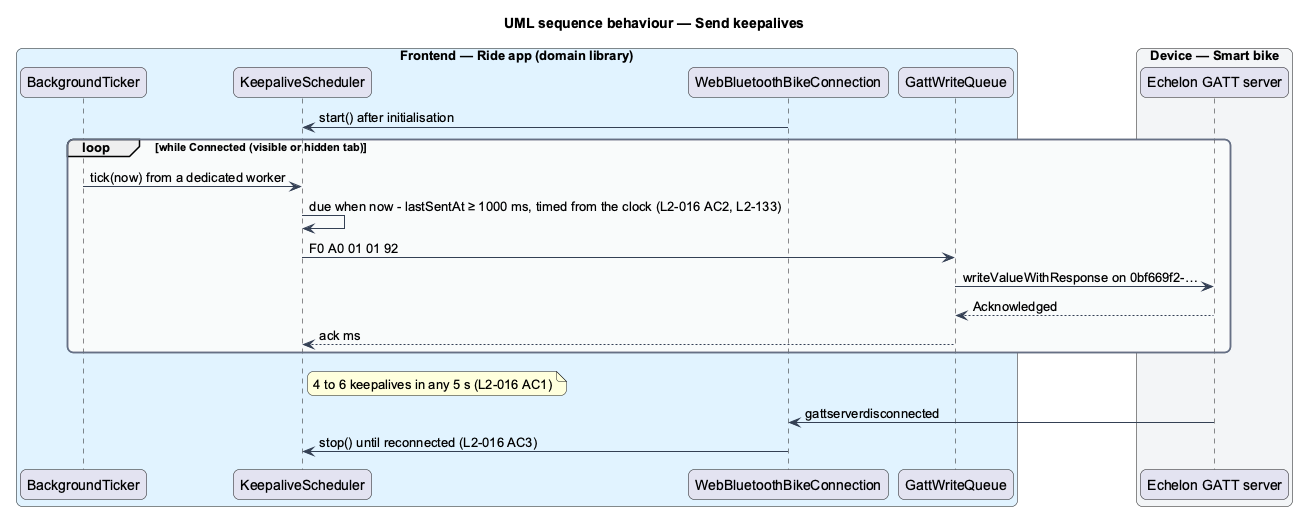
Before: docs/detailed-designs/bike/keep-the-bike-connected/diagrams/sequence-send-keepalives.png, a diagram exported from PlantUML (QuinntyneBrown/ride-one). The source it was exported from:
```plantuml
@startuml
title UML sequence behaviour — Send keepalives
skinparam backgroundColor #FFFFFF
skinparam shadowing false
skinparam roundcorner 12
skinparam defaultFontName Arial
skinparam ArrowColor #344054
skinparam rectangle {
  BorderColor #344054
  FontColor #101828
}
skinparam package {
  BorderColor #667085
  FontColor #101828
  BackgroundColor #F9FAFB
}
box "Frontend — Ride app (domain library)" #E0F2FE
  participant "BackgroundTicker" as ticker
  participant "KeepaliveScheduler" as keep
  participant "WebBluetoothBikeConnection" as conn
  participant "GattWriteQueue" as queue
end box
box "Device — Smart bike" #F2F4F7
  participant "Echelon GATT server" as bike
end box
conn -> keep : start() after initialisation
loop while Connected (visible or hidden tab)
  ticker -> keep : tick(now) from a dedicated worker
  keep -> keep : due when now - lastSentAt ≥ 1000 ms, timed from the clock (L2-016 AC2, L2-133)
  keep -> queue : F0 A0 01 01 92
  queue -> bike : writeValueWithResponse on 0bf669f2-…
  bike --> queue : Acknowledged
  queue --> keep : ack ms
end
note right of keep : 4 to 6 keepalives in any 5 s (L2-016 AC1)
bike -> conn : gattserverdisconnected
conn -> keep : stop() until reconnected (L2-016 AC3)
@enduml
```
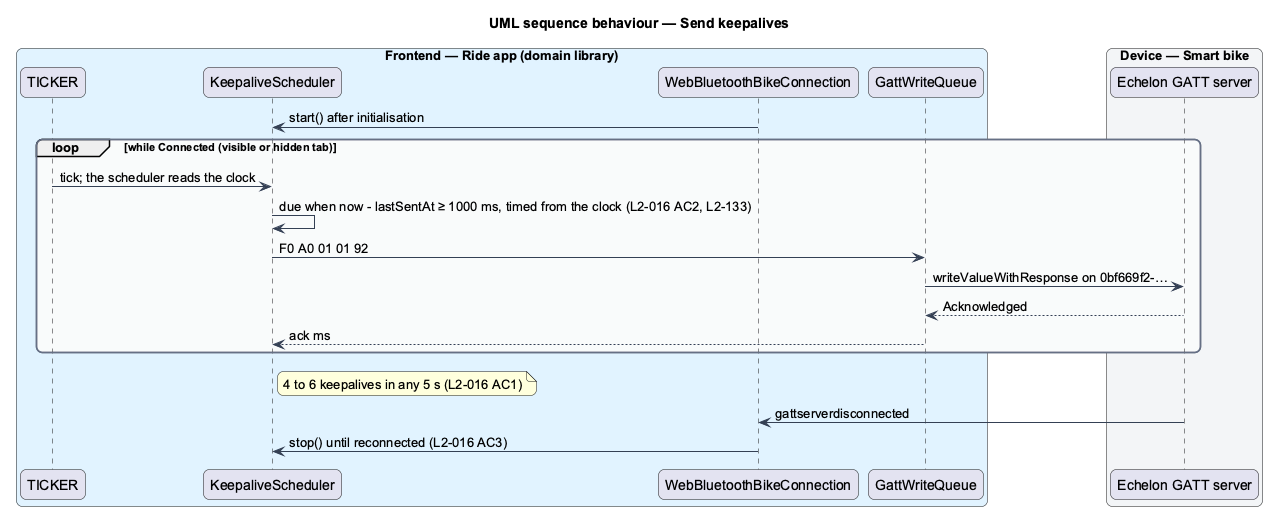
The same diagram one commit later.

Change to the diagram source:
```diff
@@ -15,7 +15,7 @@
   BackgroundColor #F9FAFB
 }
 box "Frontend — Ride app (domain library)" #E0F2FE
-  participant "BackgroundTicker" as ticker
+  participant "TICKER" as ticker
   participant "KeepaliveScheduler" as keep
   participant "WebBluetoothBikeConnection" as conn
   participant "GattWriteQueue" as queue
@@ -25,7 +25,7 @@
 end box
 conn -> keep : start() after initialisation
 loop while Connected (visible or hidden tab)
-  ticker -> keep : tick(now) from a dedicated worker
+  ticker -> keep : tick; the scheduler reads the clock
   keep -> keep : due when now - lastSentAt ≥ 1000 ms, timed from the clock (L2-016 AC2, L2-133)
   keep -> queue : F0 A0 01 01 92
   queue -> bike : writeValueWithResponse on 0bf669f2-…
```
